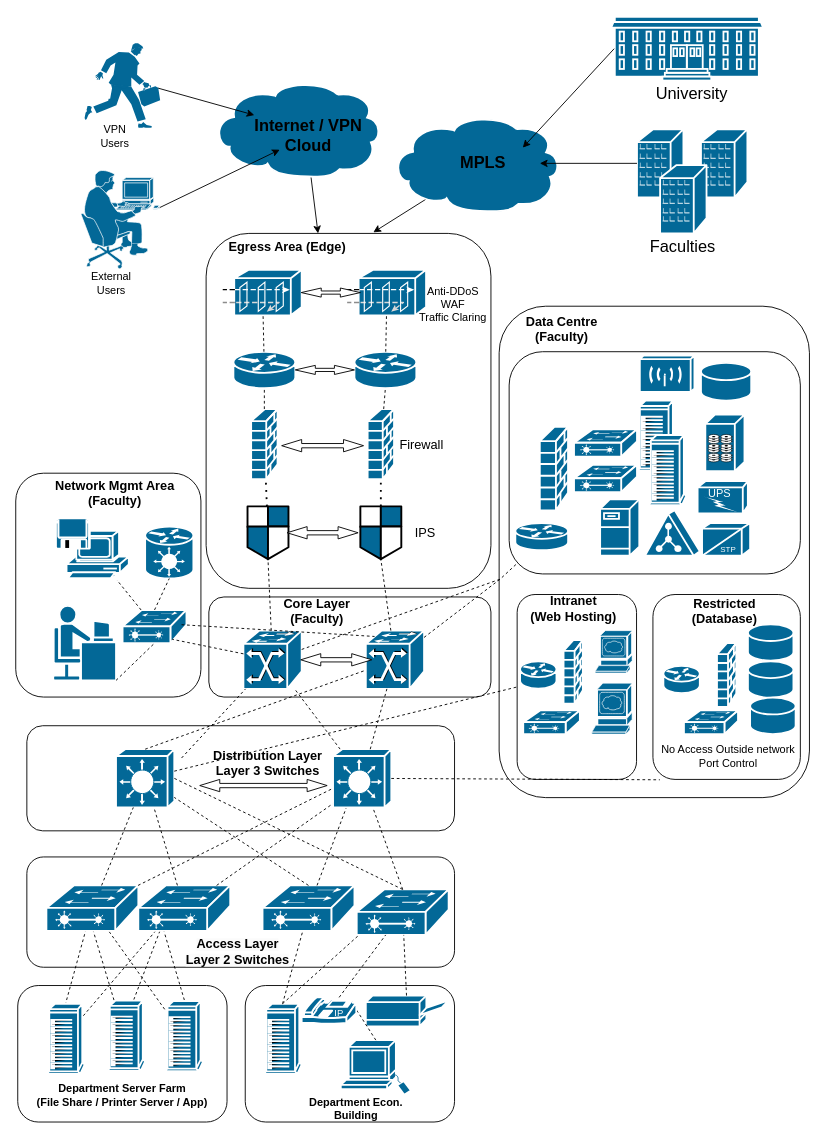
Before: page "Scenario 2 - P2" (3 of 3) of Untitled Diagram.drawio in geekcu/design-drawing, a draw.io diagram. Source tidied: cells renumbered, new cells numbered last; positions are measured from the earlier drawing's top-left corner, leaving out a move shared by most shapes. Both pictures are drawn from the tidied source at 91%, with x=0, y=0 at pixel (15, 16).
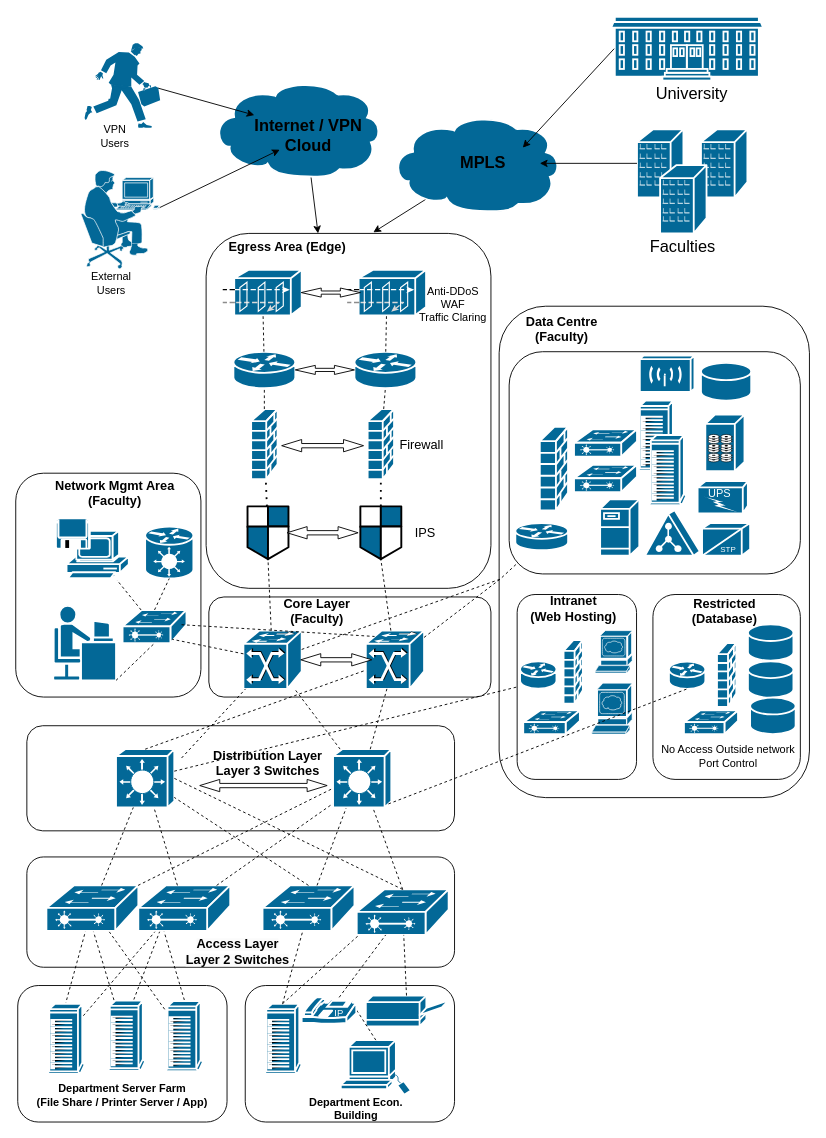
After the change.

Unchanged cells that the change refers to:
```xml
<mxCell id="48" style="shape=mxgraph.cisco.switches.layer_3_switch;sketch=0;html=1;dashed=0;fillColor=#036897;strokeColor=#ffffff;strokeWidth=2;verticalLabelPosition=bottom;verticalAlign=top;align=center;outlineConnect=0;" parent="1" vertex="1">
  <mxGeometry x="348.5" y="804.8" width="64" height="64" as="geometry" />
</mxCell>
<mxCell id="85" style="rounded=1;whiteSpace=wrap;html=1;align=left;shadow=0;" parent="1" vertex="1">
  <mxGeometry x="700" y="634.8" width="162" height="203.2" as="geometry" />
</mxCell>
```

The edit, as a diff of the source:
```diff
@@
     <mxCell id="95" style="shape=mxgraph.cisco.routers.router;sketch=0;html=1;dashed=0;fillColor=#036897;strokeColor=#ffffff;strokeWidth=2;verticalLabelPosition=bottom;verticalAlign=top;align=center;outlineConnect=0;" parent="1" vertex="1">
-      <mxGeometry x="711.5" y="713.2" width="40" height="30" as="geometry" />
+      <mxGeometry x="717.6" y="708.5" width="40" height="30" as="geometry" />
     </mxCell>
@@
-    <mxCell id="102" style="endArrow=none;dashed=1;html=1;rounded=0;entryX=0.047;entryY=1.002;entryDx=0;entryDy=0;entryPerimeter=0;" parent="1" edge="1" source="48" target="85">
+    <mxCell id="102" style="endArrow=none;dashed=1;html=1;rounded=0;entryX=0.5;entryY=1;entryDx=0;entryDy=0;entryPerimeter=0;exitX=0.95;exitY=0.94;exitDx=0;exitDy=0;exitPerimeter=0;" parent="1" edge="1" source="48" target="95">
       <mxGeometry relative="1" as="geometry" />
     </mxCell>
```
